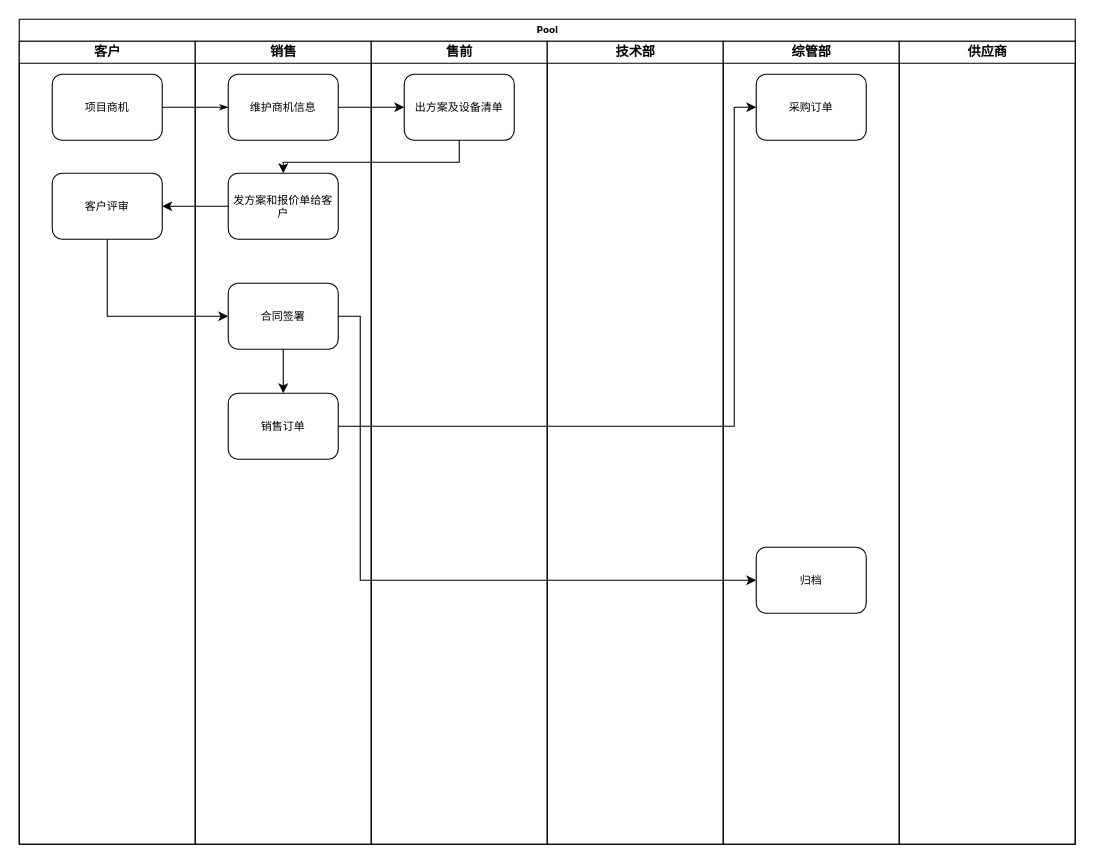
This is data/工作流程图.drawio from chenyanxi/hosts, a draw.io file, before an edit. Source tidied: cells renumbered, new cells numbered last; positions are measured from the earlier drawing's top-left corner, leaving out a move shared by most shapes. Both pictures are drawn from the tidied source at 110%, with x=0, y=0 at pixel (19, 19).
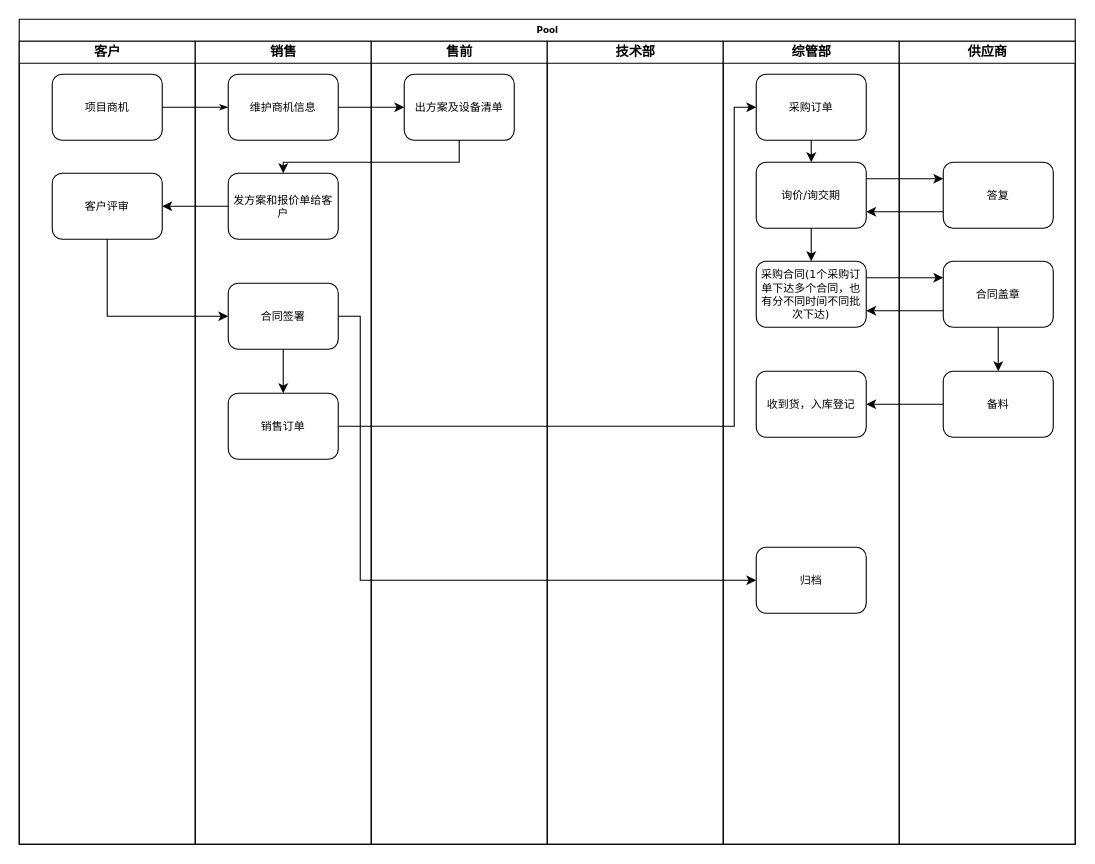
After the change.

Commit message (it also covers changes not shown here):
更新工作流程图.drawio

The change refers to these unchanged cells:
```xml
<mxCell id="2" value="Pool" style="swimlane;html=1;startSize=20;rounded=0;shadow=0;labelBackgroundColor=none;strokeWidth=1;fontFamily=Verdana;fontSize=8;align=center;" parent="1" vertex="1">
  <mxGeometry width="960" height="750" as="geometry" />
</mxCell>
<mxCell id="27" value="综管部" style="swimlane;html=1;startSize=20;" parent="2" vertex="1">
  <mxGeometry x="640" y="20" width="160" height="730" as="geometry" />
</mxCell>
<mxCell id="31" value="&lt;font style=&quot;font-size: 10px;&quot;&gt;采购订单&lt;/font&gt;" style="rounded=1;whiteSpace=wrap;html=1;shadow=0;labelBackgroundColor=none;strokeWidth=1;fontFamily=Verdana;fontSize=8;align=center;" parent="27" vertex="1">
  <mxGeometry x="30" y="30" width="100" height="60" as="geometry" />
</mxCell>
<mxCell id="32" value="供应商" style="swimlane;html=1;startSize=20;" parent="2" vertex="1">
  <mxGeometry x="800" y="20" width="160" height="730" as="geometry" />
</mxCell>
```

Change to the diagram source:
```diff
@@
+    <mxCell id="39" value="&lt;font style=&quot;font-size: 10px;&quot;&gt;询价/询交期&lt;/font&gt;" style="rounded=1;whiteSpace=wrap;html=1;shadow=0;labelBackgroundColor=none;strokeWidth=1;fontFamily=Verdana;fontSize=8;align=center;" parent="27" vertex="1">
+      <mxGeometry x="30" y="110" width="100" height="60" as="geometry" />
+    </mxCell>
+    <mxCell id="40" style="endArrow=classic;html=1;rounded=0;exitX=0.5;exitY=1;exitDx=0;exitDy=0;" parent="27" edge="1" source="31" target="39">
+      <mxGeometry relative="1" as="geometry" />
+    </mxCell>
+    <mxCell id="41" value="&lt;font style=&quot;font-size: 10px;&quot;&gt;采购合同(1个采购订单下达多个合同，也有分不同时间不同批次下达)&lt;/font&gt;" style="rounded=1;whiteSpace=wrap;html=1;shadow=0;labelBackgroundColor=none;strokeWidth=1;fontFamily=Verdana;fontSize=8;align=center;" parent="27" vertex="1">
+      <mxGeometry x="30" y="200" width="100" height="60" as="geometry" />
+    </mxCell>
+    <mxCell id="42" style="endArrow=classic;html=1;rounded=0;exitX=0.5;exitY=1;exitDx=0;exitDy=0;" parent="27" edge="1" source="39" target="41">
+      <mxGeometry relative="1" as="geometry" />
+    </mxCell>
+    <mxCell id="43" value="&lt;font style=&quot;font-size: 10px;&quot;&gt;收到货，入库登记&lt;/font&gt;" style="rounded=1;whiteSpace=wrap;html=1;shadow=0;labelBackgroundColor=none;strokeWidth=1;fontFamily=Verdana;fontSize=8;align=center;" parent="27" vertex="1">
+      <mxGeometry x="30" y="300" width="100" height="60" as="geometry" />
+    </mxCell>
@@
+    <mxCell id="44" value="&lt;font style=&quot;font-size: 10px;&quot;&gt;答复&lt;/font&gt;" style="rounded=1;whiteSpace=wrap;html=1;shadow=0;labelBackgroundColor=none;strokeWidth=1;fontFamily=Verdana;fontSize=8;align=center;" parent="32" vertex="1">
+      <mxGeometry x="40" y="110" width="100" height="60" as="geometry" />
+    </mxCell>
+    <mxCell id="45" value="&lt;font style=&quot;font-size: 10px;&quot;&gt;合同盖章&lt;/font&gt;" style="rounded=1;whiteSpace=wrap;html=1;shadow=0;labelBackgroundColor=none;strokeWidth=1;fontFamily=Verdana;fontSize=8;align=center;" parent="32" vertex="1">
+      <mxGeometry x="40" y="200" width="100" height="60" as="geometry" />
+    </mxCell>
+    <mxCell id="46" value="&lt;font style=&quot;font-size: 10px;&quot;&gt;备料&lt;/font&gt;" style="rounded=1;whiteSpace=wrap;html=1;shadow=0;labelBackgroundColor=none;strokeWidth=1;fontFamily=Verdana;fontSize=8;align=center;" parent="32" vertex="1">
+      <mxGeometry x="40" y="300" width="100" height="60" as="geometry" />
+    </mxCell>
+    <mxCell id="47" style="endArrow=classic;html=1;rounded=0;exitX=0.5;exitY=1;exitDx=0;exitDy=0;entryX=0.5;entryY=0;entryDx=0;entryDy=0;" parent="32" edge="1" source="45" target="46">
+      <mxGeometry relative="1" as="geometry" />
+    </mxCell>
@@
+    <mxCell id="48" style="endArrow=classic;html=1;rounded=0;exitX=1;exitY=0.25;exitDx=0;exitDy=0;entryX=0;entryY=0.25;entryDx=0;entryDy=0;" parent="2" edge="1" source="39" target="44">
+      <mxGeometry relative="1" as="geometry" />
+    </mxCell>
+    <mxCell id="49" style="endArrow=classic;html=1;rounded=0;exitX=0;exitY=0.75;exitDx=0;exitDy=0;entryX=1;entryY=0.75;entryDx=0;entryDy=0;" parent="2" edge="1" source="44" target="39">
+      <mxGeometry relative="1" as="geometry" />
+    </mxCell>
+    <mxCell id="50" style="endArrow=classic;html=1;rounded=0;exitX=1;exitY=0.25;exitDx=0;exitDy=0;entryX=0;entryY=0.25;entryDx=0;entryDy=0;" parent="2" edge="1" source="41" target="45">
+      <mxGeometry relative="1" as="geometry" />
+    </mxCell>
+    <mxCell id="51" style="endArrow=classic;html=1;rounded=0;exitX=0;exitY=0.75;exitDx=0;exitDy=0;entryX=1;entryY=0.75;entryDx=0;entryDy=0;" parent="2" edge="1" source="45" target="41">
+      <mxGeometry relative="1" as="geometry" />
+    </mxCell>
+    <mxCell id="52" style="endArrow=classic;html=1;rounded=0;exitX=0;exitY=0.5;exitDx=0;exitDy=0;entryX=1;entryY=0.5;entryDx=0;entryDy=0;" parent="2" edge="1" source="46" target="43">
+      <mxGeometry relative="1" as="geometry" />
+    </mxCell>
```
